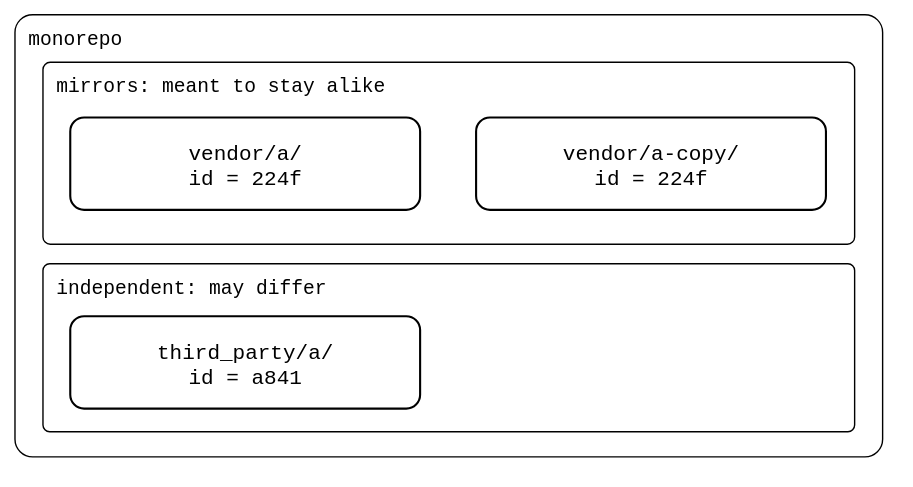
roschaefer/git-splice keeps this draw.io diagram as test/concepts/splice-identity/same-id-different-paths.drawio.svg. Above is the earlier version. Source tidied: cells renumbered, new cells last; positions are measured from the earlier drawing's top-left corner, leaving out a move shared by most shapes.
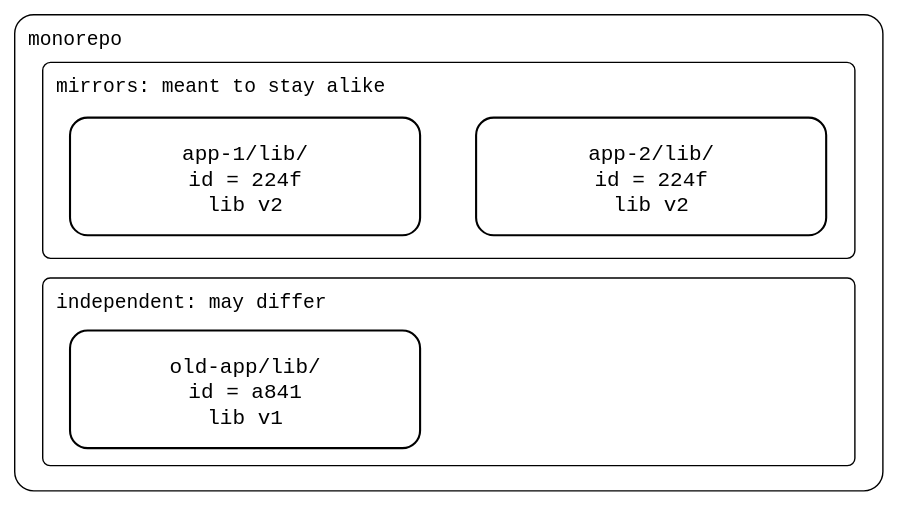
The same diagram one commit later.

Change to the diagram source:
```diff
@@ -3,22 +3,22 @@
     <mxCell id="0" />
     <mxCell id="1" parent="0" />
     <mxCell id="2" value="monorepo" style="rounded=1;arcSize=4;fillColor=none;strokeWidth=1;fontSize=14;verticalAlign=top;align=left;spacingLeft=8;spacingTop=2;fontFamily=Roboto Mono,monospace;" parent="1" vertex="1">
-      <mxGeometry width="620" height="316" as="geometry" />
+      <mxGeometry width="620" height="340" as="geometry" />
     </mxCell>
     <mxCell id="3" value="mirrors: meant to stay alike" style="rounded=1;arcSize=4;fillColor=none;strokeWidth=1;fontSize=14;verticalAlign=top;align=left;spacingLeft=8;spacingTop=2;fontFamily=Roboto Mono,monospace;" parent="1" vertex="1">
-      <mxGeometry x="20" y="34" width="580" height="130" as="geometry" />
+      <mxGeometry x="20" y="34" width="580" height="140" as="geometry" />
     </mxCell>
-    <mxCell id="4" value="vendor/a/&#10;id = 224f" style="rounded=1;strokeWidth=1.5;fontSize=15;fontFamily=Roboto Mono,monospace;" parent="1" vertex="1">
-      <mxGeometry x="40" y="74" width="250" height="66" as="geometry" />
+    <mxCell id="4" value="app-1/lib/&#10;id = 224f&#10;lib v2" style="rounded=1;strokeWidth=1.5;fontSize=15;fontFamily=Roboto Mono,monospace;" parent="1" vertex="1">
+      <mxGeometry x="40" y="74" width="250" height="84" as="geometry" />
     </mxCell>
-    <mxCell id="5" value="vendor/a-copy/&#10;id = 224f" style="rounded=1;strokeWidth=1.5;fontSize=15;fontFamily=Roboto Mono,monospace;" parent="1" vertex="1">
-      <mxGeometry x="330" y="74" width="250" height="66" as="geometry" />
+    <mxCell id="5" value="app-2/lib/&#10;id = 224f&#10;lib v2" style="rounded=1;strokeWidth=1.5;fontSize=15;fontFamily=Roboto Mono,monospace;" parent="1" vertex="1">
+      <mxGeometry x="330" y="74" width="250" height="84" as="geometry" />
     </mxCell>
     <mxCell id="6" value="independent: may differ" style="rounded=1;arcSize=4;fillColor=none;strokeWidth=1;fontSize=14;verticalAlign=top;align=left;spacingLeft=8;spacingTop=2;fontFamily=Roboto Mono,monospace;" parent="1" vertex="1">
-      <mxGeometry x="20" y="178" width="580" height="120" as="geometry" />
+      <mxGeometry x="20" y="188" width="580" height="134" as="geometry" />
     </mxCell>
-    <mxCell id="7" value="third_party/a/&#10;id = a841" style="rounded=1;strokeWidth=1.5;fontSize=15;fontFamily=Roboto Mono,monospace;" parent="1" vertex="1">
-      <mxGeometry x="40" y="216" width="250" height="66" as="geometry" />
+    <mxCell id="7" value="old-app/lib/&#10;id = a841&#10;lib v1" style="rounded=1;strokeWidth=1.5;fontSize=15;fontFamily=Roboto Mono,monospace;" parent="1" vertex="1">
+      <mxGeometry x="40" y="226" width="250" height="84" as="geometry" />
     </mxCell>
   </root>
 </mxGraphModel>
```
